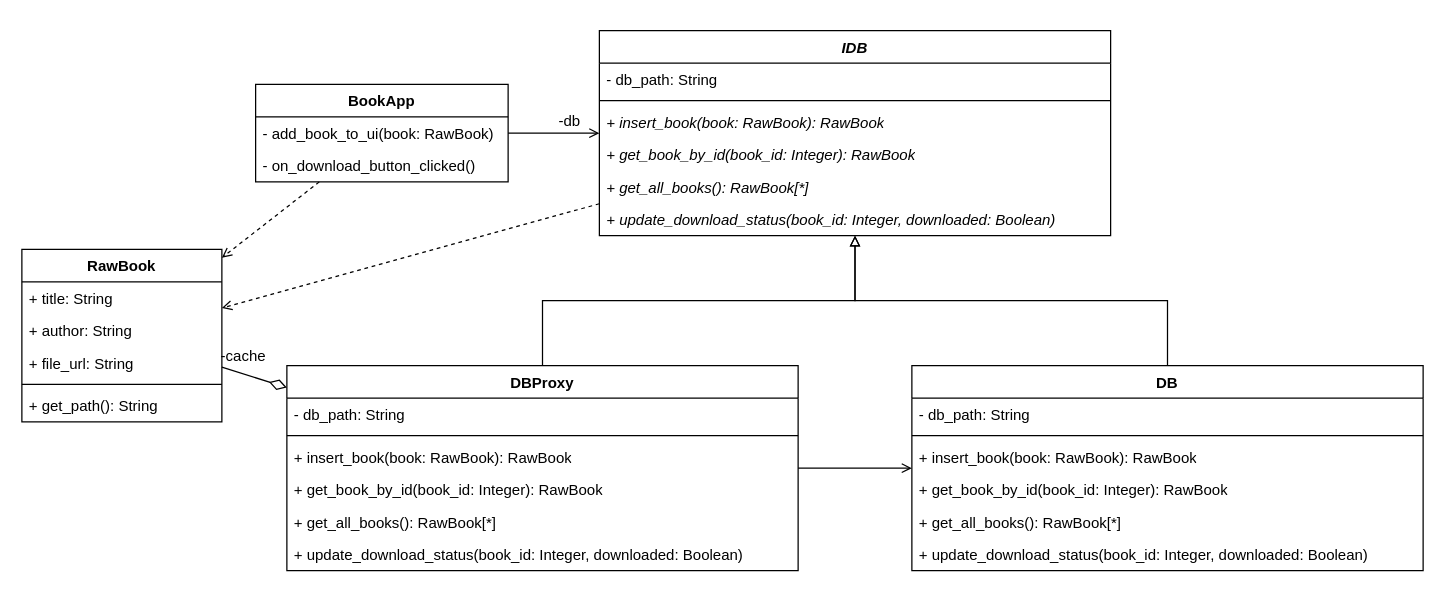
Above: page "classes" (1 of 2) of lab02/docs/diagrams.drawio in YuumiEnjoyer/Object-oriented-analysis-and-design-2 (draw.io), before the change. Source tidied: cells renumbered, new cells numbered last; positions are measured from the earlier drawing's top-left corner, leaving out a move shared by most shapes. Both pictures are drawn from the tidied source at 125%, with x=0, y=0 at pixel (21, 30).
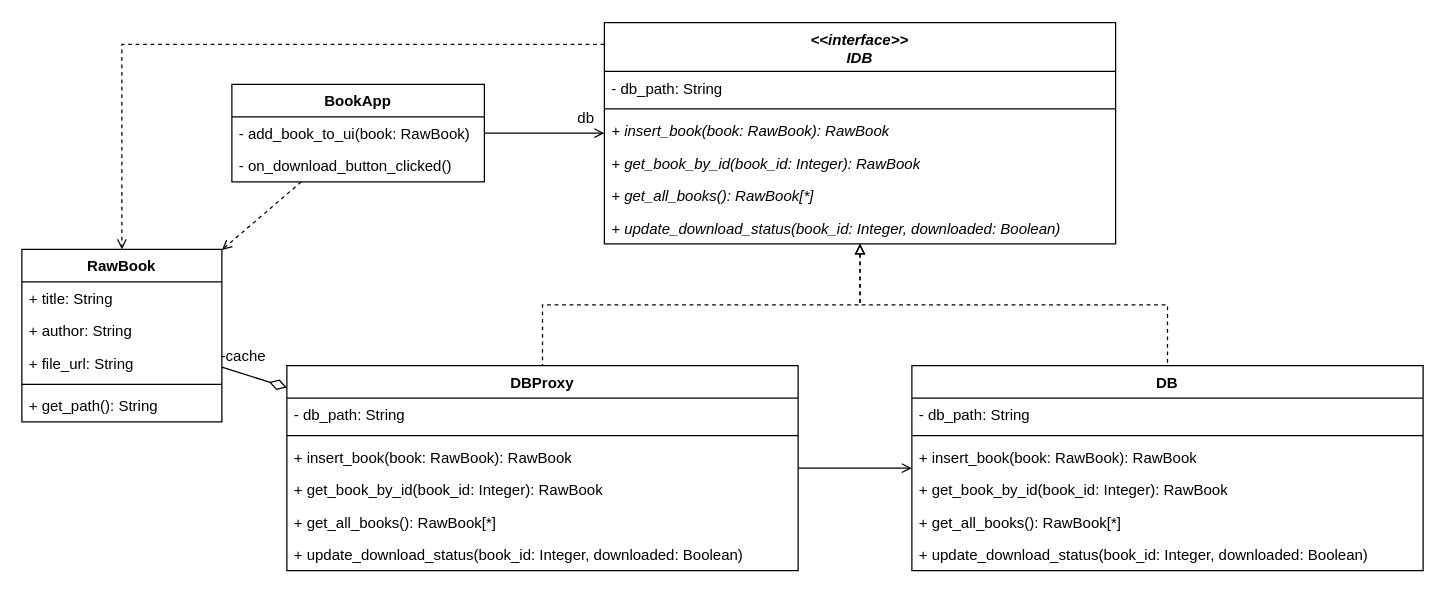
After the change.

Unchanged cells that the change refers to:
```xml
<mxCell id="5" value="- add_book_to_ui(book: RawBook)" style="text;strokeColor=none;fillColor=none;align=left;verticalAlign=top;spacingLeft=4;spacingRight=4;overflow=hidden;points=[[0,0.5],[1,0.5]];portConstraint=eastwest;whiteSpace=wrap;html=1;" parent="4" vertex="1">
  <mxGeometry y="26" width="202" height="26" as="geometry" />
</mxCell>
<mxCell id="15" value="DB" style="swimlane;fontStyle=1;align=center;verticalAlign=top;horizontal=1;startSize=26;whiteSpace=wrap;html=1;" parent="1" vertex="1">
  <mxGeometry x="712" y="268" width="409" height="164" as="geometry" />
</mxCell>
<mxCell id="24" value="DBProxy" style="swimlane;fontStyle=1;align=center;verticalAlign=top;horizontal=1;startSize=26;whiteSpace=wrap;html=1;" parent="1" vertex="1">
  <mxGeometry x="212" y="268" width="409" height="164" as="geometry" />
</mxCell>
<mxCell id="33" value="RawBook" style="swimlane;fontStyle=1;align=center;verticalAlign=top;horizontal=1;startSize=26;whiteSpace=wrap;html=1;" parent="1" vertex="1">
  <mxGeometry y="175" width="160" height="138" as="geometry" />
</mxCell>
```

Diff of the diagram source:
```diff
@@
-    <mxCell id="2" style="edgeStyle=orthogonalEdgeStyle;rounded=0;jettySize=auto;html=1;endArrow=open;endFill=0;" parent="1" edge="1" source="4" target="8">
-      <mxGeometry relative="1" as="geometry" />
-    </mxCell>
@@
     <mxCell id="4" value="BookApp" style="swimlane;fontStyle=1;align=center;verticalAlign=top;horizontal=1;startSize=26;whiteSpace=wrap;html=1;" parent="1" vertex="1">
-      <mxGeometry x="187" y="43" width="202" height="78" as="geometry" />
+      <mxGeometry x="168" y="43" width="202" height="78" as="geometry" />
     </mxCell>
@@
-    <mxCell id="7" style="edgeStyle=orthogonalEdgeStyle;rounded=0;jettySize=auto;html=1;startArrow=block;startFill=0;endArrow=none;endFill=0;" parent="1" edge="1" source="8" target="15">
+    <mxCell id="7" style="edgeStyle=orthogonalEdgeStyle;rounded=0;jettySize=auto;html=1;startArrow=block;startFill=0;endArrow=none;endFill=0;dashed=1;" parent="1" edge="1" source="8" target="15">
       <mxGeometry relative="1" as="geometry" />
     </mxCell>
-    <mxCell id="8" value="&lt;i&gt;IDB&lt;/i&gt;" style="swimlane;fontStyle=1;align=center;verticalAlign=top;horizontal=1;startSize=26;whiteSpace=wrap;html=1;" parent="1" vertex="1">
-      <mxGeometry x="462" width="409" height="164" as="geometry" />
+    <mxCell id="8" value="&lt;div&gt;&lt;i&gt;&amp;lt;&amp;lt;interface&amp;gt;&amp;gt;&lt;/i&gt;&lt;/div&gt;&lt;i&gt;IDB&lt;/i&gt;" style="swimlane;fontStyle=1;align=center;verticalAlign=top;horizontal=1;startSize=39;whiteSpace=wrap;html=1;" parent="1" vertex="1">
+      <mxGeometry x="466" y="-6.5" width="409" height="177" as="geometry" />
     </mxCell>
     <mxCell id="9" value="- db_path: String" style="text;strokeColor=none;fillColor=none;align=left;verticalAlign=top;spacingLeft=4;spacingRight=4;overflow=hidden;whiteSpace=wrap;html=1;" parent="8" vertex="1">
-      <mxGeometry y="26" width="409" height="26" as="geometry" />
+      <mxGeometry y="39" width="409" height="26" as="geometry" />
     </mxCell>
     <mxCell id="10" style="line;strokeWidth=1;fillColor=none;align=left;verticalAlign=middle;spacingTop=-1;spacingLeft=3;spacingRight=3;labelPosition=right;strokeColor=inherit;" parent="8" vertex="1">
-      <mxGeometry y="52" width="409" height="8" as="geometry" />
+      <mxGeometry y="65" width="409" height="8" as="geometry" />
     </mxCell>
     <mxCell id="11" value="&lt;i&gt;+ insert_book(book: RawBook): RawBook&lt;/i&gt;" style="text;strokeColor=none;fillColor=none;align=left;verticalAlign=top;spacingLeft=4;spacingRight=4;overflow=hidden;whiteSpace=wrap;html=1;" parent="8" vertex="1">
-      <mxGeometry y="60" width="409" height="26" as="geometry" />
+      <mxGeometry y="73" width="409" height="26" as="geometry" />
     </mxCell>
     <mxCell id="12" value="&lt;i&gt;+ get_book_by_id(book_id: Integer): RawBook&lt;/i&gt;" style="text;strokeColor=none;fillColor=none;align=left;verticalAlign=top;spacingLeft=4;spacingRight=4;overflow=hidden;whiteSpace=wrap;html=1;" parent="8" vertex="1">
-      <mxGeometry y="86" width="409" height="26" as="geometry" />
+      <mxGeometry y="99" width="409" height="26" as="geometry" />
     </mxCell>
     <mxCell id="13" value="&lt;i&gt;+ get_all_books(): RawBook[*]&lt;/i&gt;" style="text;strokeColor=none;fillColor=none;align=left;verticalAlign=top;spacingLeft=4;spacingRight=4;overflow=hidden;whiteSpace=wrap;html=1;" parent="8" vertex="1">
-      <mxGeometry y="112" width="409" height="26" as="geometry" />
+      <mxGeometry y="125" width="409" height="26" as="geometry" />
     </mxCell>
     <mxCell id="14" value="&lt;i&gt;+ update_download_status(book_id: Integer, downloaded: Boolean)&lt;/i&gt;" style="text;strokeColor=none;fillColor=none;align=left;verticalAlign=top;spacingLeft=4;spacingRight=4;overflow=hidden;whiteSpace=wrap;html=1;" parent="8" vertex="1">
-      <mxGeometry y="138" width="409" height="26" as="geometry" />
+      <mxGeometry y="151" width="409" height="26" as="geometry" />
     </mxCell>
@@
-    <mxCell id="31" style="edgeStyle=orthogonalEdgeStyle;rounded=0;jettySize=auto;html=1;startArrow=block;startFill=0;endArrow=none;endFill=0;" parent="1" edge="1" source="8" target="24">
+    <mxCell id="31" style="edgeStyle=orthogonalEdgeStyle;rounded=0;jettySize=auto;html=1;startArrow=block;startFill=0;endArrow=none;endFill=0;dashed=1;" parent="1" edge="1" source="8" target="24">
       <mxGeometry relative="1" as="geometry" />
     </mxCell>
-    <mxCell id="32" value="-db" style="text;html=1;align=center;verticalAlign=middle;strokeColor=none;fillColor=none;" parent="1" vertex="1">
-      <mxGeometry x="420" y="60" width="35" height="26" as="geometry" />
-    </mxCell>
@@
-    <mxCell id="39" style="rounded=0;jettySize=auto;html=1;dashed=1;endArrow=open;endFill=0;" parent="1" edge="1" source="8" target="33">
-      <mxGeometry relative="1" as="geometry" />
+    <mxCell id="39" style="rounded=0;jettySize=auto;html=1;dashed=1;endArrow=open;endFill=0;edgeStyle=orthogonalEdgeStyle;" parent="1" edge="1" source="8" target="33">
+      <mxGeometry relative="1" as="geometry">
+        <Array as="points">
+          <mxPoint x="80" y="11" />
+        </Array>
+      </mxGeometry>
     </mxCell>
@@
+    <mxCell id="41" style="edgeStyle=orthogonalEdgeStyle;rounded=0;jettySize=auto;html=1;endArrow=open;endFill=0;" parent="1" edge="1" source="5" target="8">
+      <mxGeometry relative="1" as="geometry" />
+    </mxCell>
+    <mxCell id="42" value="db" style="text;html=1;align=center;verticalAlign=middle;strokeColor=none;fillColor=none;" parent="1" vertex="1">
+      <mxGeometry x="435" y="57" width="31" height="26" as="geometry" />
+    </mxCell>
```
